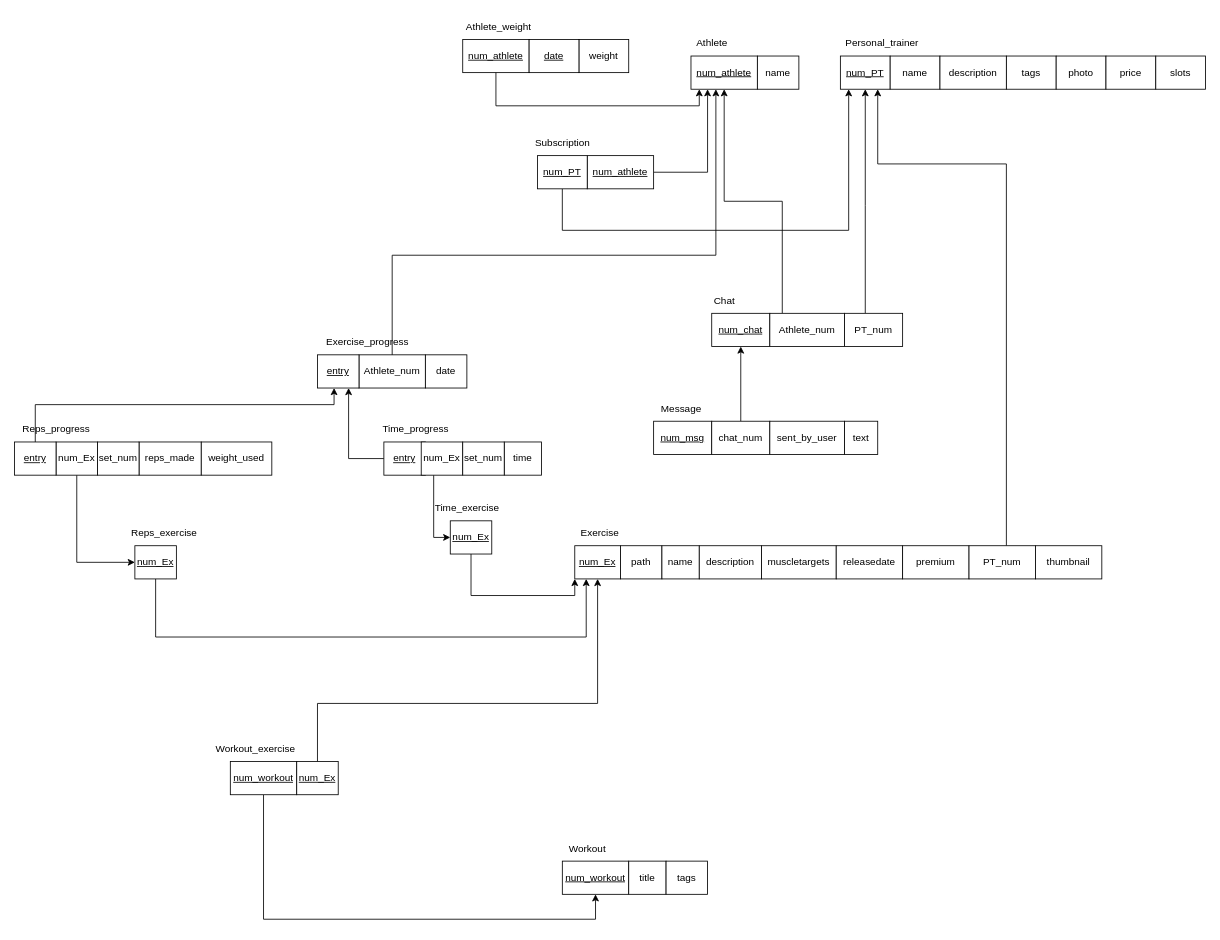
Above: ER.drawio in gabrielcosta99/BDProject (draw.io), before the change. Source tidied: cells renumbered, new cells numbered last; positions are measured from the earlier drawing's top-left corner, leaving out a move shared by most shapes. Both pictures are drawn from the tidied source at 83%, with x=0, y=0 at pixel (14, 14).
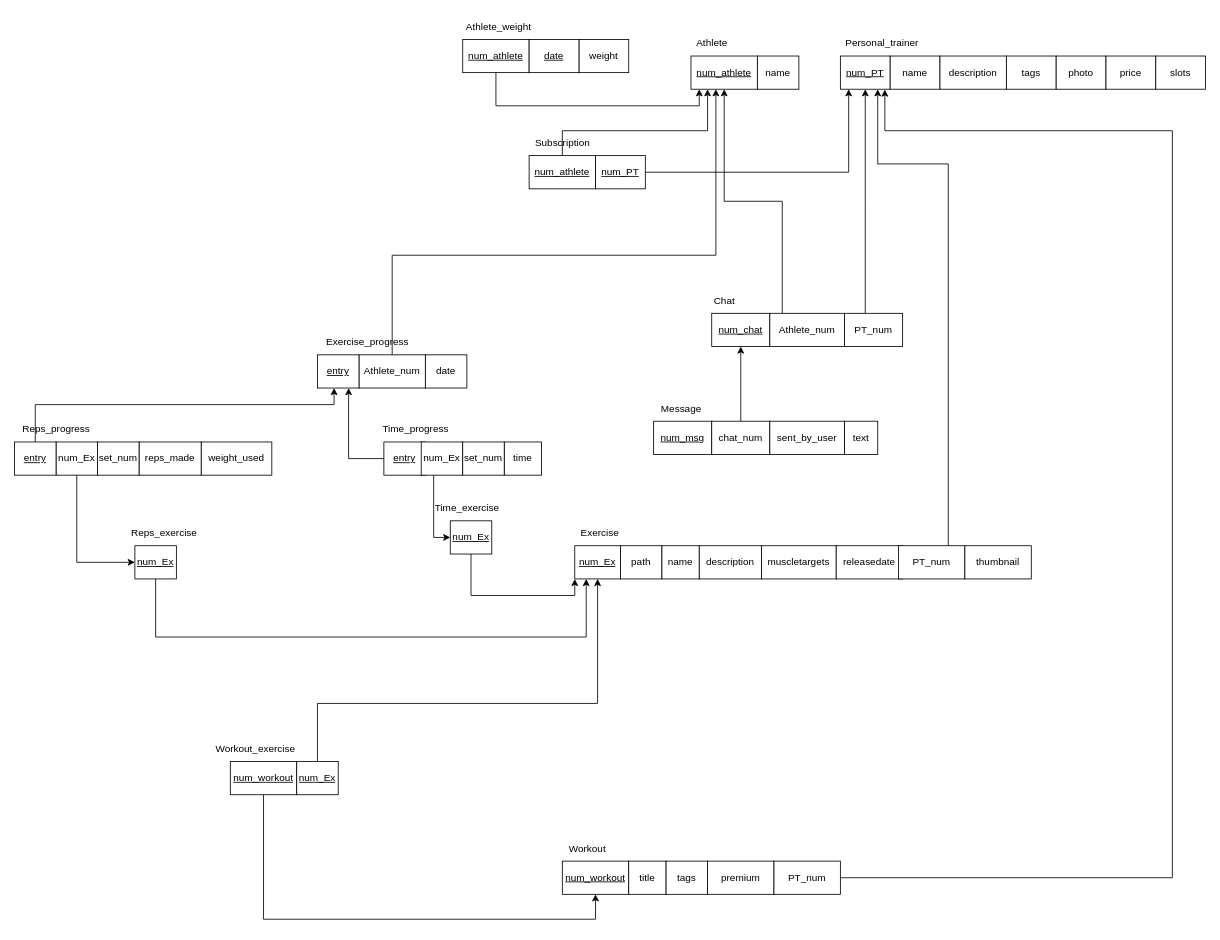
The same diagram, later.

The change refers to these unchanged cells:
```xml
<mxCell id="2" value="&lt;u&gt;num_PT&lt;/u&gt;" style="whiteSpace=wrap;html=1;" parent="1" vertex="1">
  <mxGeometry x="995" y="50" width="60" height="40" as="geometry" />
</mxCell>
```

Change to the diagram source:
```diff
@@
     <mxCell id="12" style="edgeStyle=orthogonalEdgeStyle;rounded=0;jettySize=auto;html=1;" parent="1" edge="1" source="13">
       <mxGeometry relative="1" as="geometry">
         <mxPoint x="835" y="90" as="targetPoint" />
         <Array as="points">
-          <mxPoint x="835" y="190" />
-          <mxPoint x="835" y="90" />
+          <mxPoint x="660" y="140" />
+          <mxPoint x="835" y="140" />
         </Array>
       </mxGeometry>
     </mxCell>
     <mxCell id="13" value="&lt;u&gt;num_athlete&lt;/u&gt;" style="whiteSpace=wrap;html=1;" parent="1" vertex="1">
-      <mxGeometry x="690" y="170" width="80" height="40" as="geometry" />
+      <mxGeometry x="620" y="170" width="80" height="40" as="geometry" />
     </mxCell>
@@
     <mxCell id="15" style="edgeStyle=orthogonalEdgeStyle;rounded=0;jettySize=auto;html=1;" parent="1" edge="1" source="16" target="2">
       <mxGeometry relative="1" as="geometry">
         <Array as="points">
-          <mxPoint x="660" y="260" />
-          <mxPoint x="1005" y="260" />
+          <mxPoint x="1005" y="190" />
         </Array>
       </mxGeometry>
     </mxCell>
     <mxCell id="16" value="&lt;u&gt;num_PT&lt;/u&gt;" style="whiteSpace=wrap;html=1;" parent="1" vertex="1">
-      <mxGeometry x="630" y="170" width="60" height="40" as="geometry" />
+      <mxGeometry x="700" y="170" width="60" height="40" as="geometry" />
     </mxCell>
@@
     <mxCell id="28" value="premium" style="whiteSpace=wrap;html=1;" parent="1" vertex="1">
-      <mxGeometry x="1070" y="640" width="80" height="40" as="geometry" />
+      <mxGeometry x="835" y="1020" width="80" height="40" as="geometry" />
     </mxCell>
     <mxCell id="29" style="edgeStyle=orthogonalEdgeStyle;rounded=0;jettySize=auto;html=1;entryX=0.75;entryY=1;entryDx=0;entryDy=0;" parent="1" edge="1" source="30" target="2">
       <mxGeometry relative="1" as="geometry">
         <Array as="points">
-          <mxPoint x="1195" y="180" />
+          <mxPoint x="1125" y="180" />
           <mxPoint x="1040" y="180" />
         </Array>
       </mxGeometry>
     </mxCell>
     <mxCell id="30" value="PT_num" style="whiteSpace=wrap;html=1;" parent="1" vertex="1">
-      <mxGeometry x="1150" y="640" width="80" height="40" as="geometry" />
+      <mxGeometry x="1065" y="640" width="80" height="40" as="geometry" />
     </mxCell>
     <mxCell id="31" value="thumbnail" style="whiteSpace=wrap;html=1;" parent="1" vertex="1">
-      <mxGeometry x="1230" y="640" width="80" height="40" as="geometry" />
+      <mxGeometry x="1145" y="640" width="80" height="40" as="geometry" />
     </mxCell>
@@
+    <mxCell id="81" value="PT_num" style="whiteSpace=wrap;html=1;" parent="1" vertex="1">
+      <mxGeometry x="915" y="1020" width="80" height="40" as="geometry" />
+    </mxCell>
+    <mxCell id="82" style="edgeStyle=orthogonalEdgeStyle;rounded=0;jettySize=auto;html=1;entryX=0.893;entryY=1.01;entryDx=0;entryDy=0;entryPerimeter=0;exitX=1;exitY=0.5;exitDx=0;exitDy=0;" parent="1" edge="1" source="81" target="2">
+      <mxGeometry relative="1" as="geometry">
+        <Array as="points">
+          <mxPoint x="1395" y="1040" />
+          <mxPoint x="1395" y="140" />
+          <mxPoint x="1049" y="140" />
+        </Array>
+      </mxGeometry>
+    </mxCell>
```
